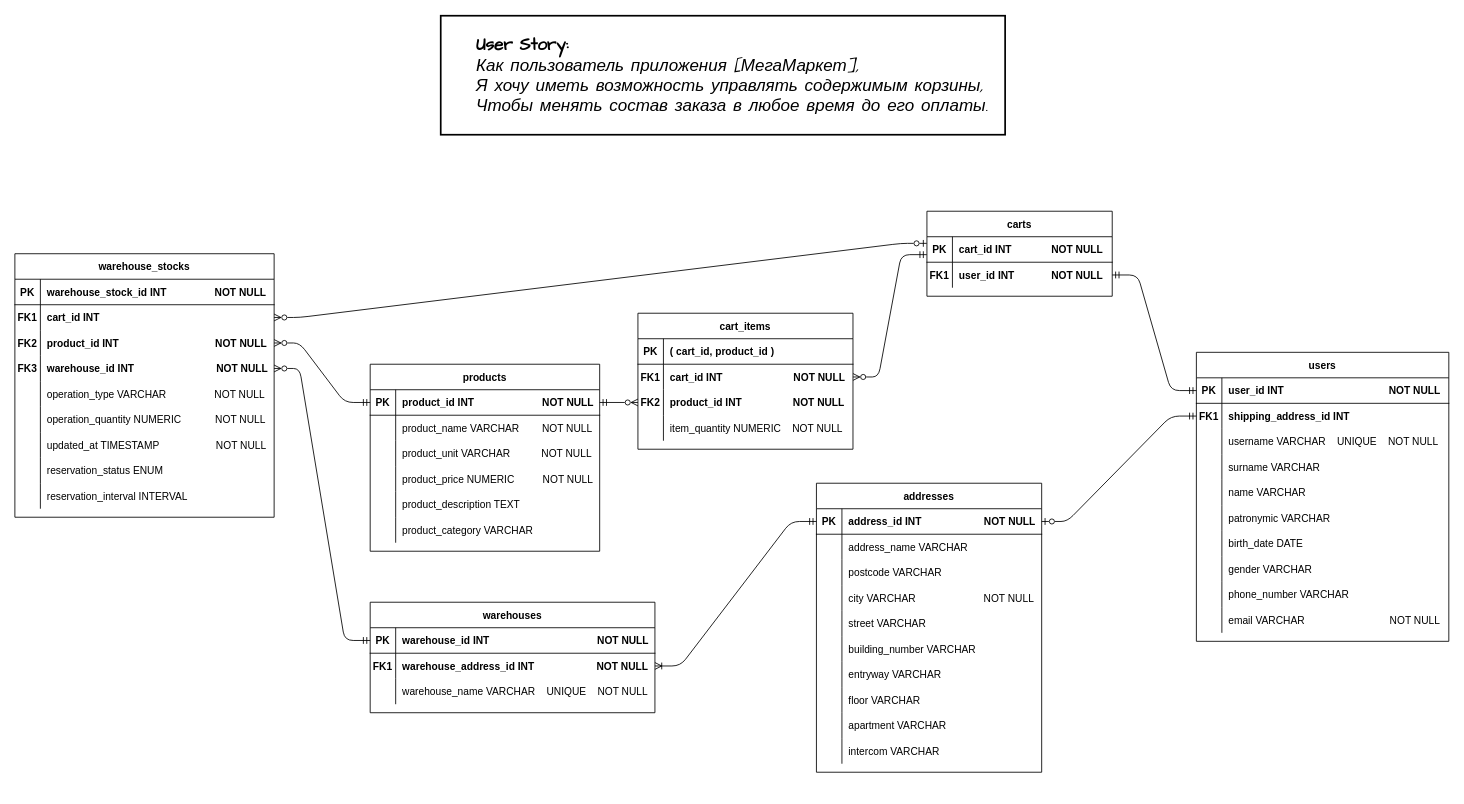
The draw.io diagram Ryabtsev_Alexander/Source/T07_ERD.drawio in abdullahproff/BSA21_1, before the edit. Source tidied: cells renumbered, new cells numbered last; positions are measured from the earlier drawing's top-left corner, leaving out a move shared by most shapes. Both pictures are drawn from the tidied source at 85%, with x=0, y=0 at pixel (14, 15).
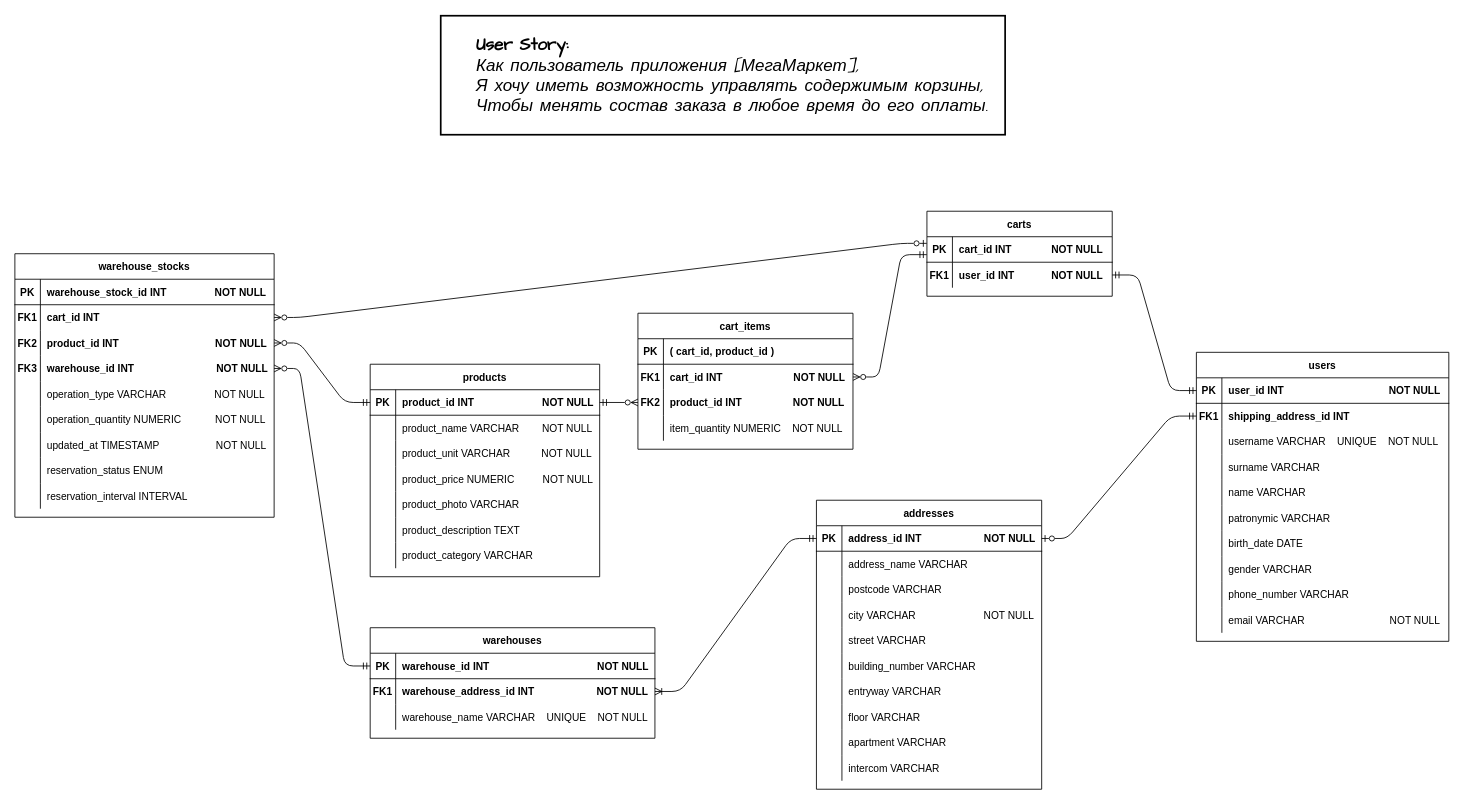
The same diagram, later.

Commit message:
This adds attribute 'product_photo'

What changed in the source:
```diff
@@
     <mxCell id="3" value="products" style="shape=table;startSize=30;childLayout=tableLayout;rowLines=0;fontStyle=1;align=center;" parent="1" vertex="1">
-      <mxGeometry x="418" y="410" width="270" height="220" as="geometry" />
+      <mxGeometry x="418" y="410" width="270" height="250" as="geometry" />
     </mxCell>
@@
+    <mxCell id="150" style="shape=partialRectangle;fillColor=none;top=0;left=0;right=0;bottom=0;" parent="3" vertex="1">
+      <mxGeometry y="150" width="270" height="30" as="geometry" />
+    </mxCell>
+    <mxCell id="151" style="shape=partialRectangle;overflow=hidden;fillColor=none;top=0;left=0;bottom=0;right=0;" parent="150" vertex="1">
+      <mxGeometry width="30" height="30" as="geometry" />
+    </mxCell>
+    <mxCell id="152" value="product_photo VARCHAR" style="shape=partialRectangle;overflow=hidden;fillColor=none;top=0;left=0;bottom=0;right=0;align=left;spacingLeft=6;" parent="150" vertex="1">
+      <mxGeometry x="30" width="240" height="30" as="geometry" />
+    </mxCell>
     <mxCell id="16" style="shape=partialRectangle;fillColor=none;top=0;left=0;right=0;bottom=0;" parent="3" vertex="1">
-      <mxGeometry y="150" width="270" height="30" as="geometry" />
+      <mxGeometry y="180" width="270" height="30" as="geometry" />
     </mxCell>
@@
     <mxCell id="19" style="shape=partialRectangle;fillColor=none;top=0;left=0;right=0;bottom=0;" parent="3" vertex="1">
-      <mxGeometry y="180" width="270" height="30" as="geometry" />
+      <mxGeometry y="210" width="270" height="30" as="geometry" />
     </mxCell>
@@
     <mxCell id="53" value="addresses" style="shape=table;startSize=30;childLayout=tableLayout;rowLines=0;fontStyle=1;align=center;" parent="1" vertex="1">
-      <mxGeometry x="943" y="550" width="265" height="340" as="geometry" />
+      <mxGeometry x="943" y="570" width="265" height="340" as="geometry" />
     </mxCell>
@@
     <mxCell id="108" value="warehouses" style="shape=table;startSize=30;childLayout=tableLayout;rowLines=0;fontStyle=1;align=center;" parent="1" vertex="1">
-      <mxGeometry x="418" y="690" width="335" height="130" as="geometry" />
+      <mxGeometry x="418" y="720" width="335" height="130" as="geometry" />
     </mxCell>
```
